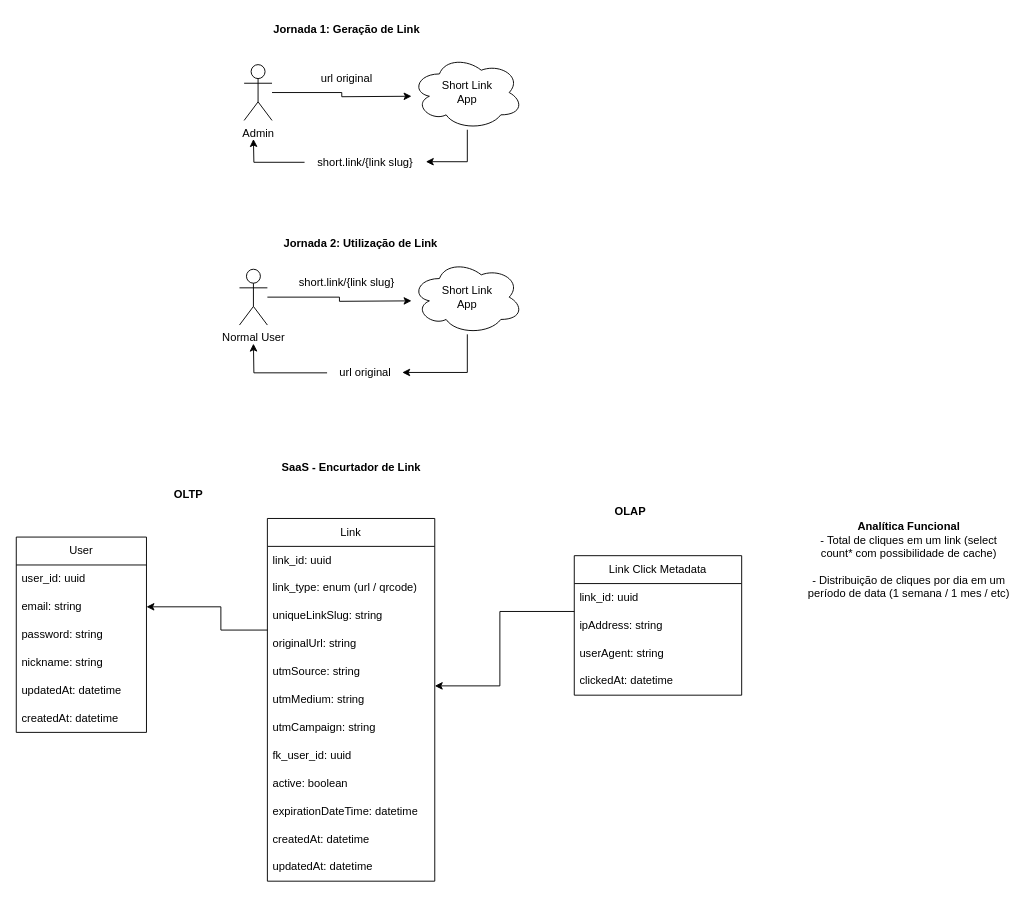
buildrun-tech/buildrun-encurtador-link-fbr keeps this draw.io diagram as page "Entities" (1 of 3) of diagrama.drawio. Above is the earlier version. Source tidied: cells renumbered, new cells numbered last; positions are measured from the earlier drawing's top-left corner, leaving out a move shared by most shapes. Both pictures are drawn from the tidied source at 93%, with x=0, y=0 at pixel (16, 16).
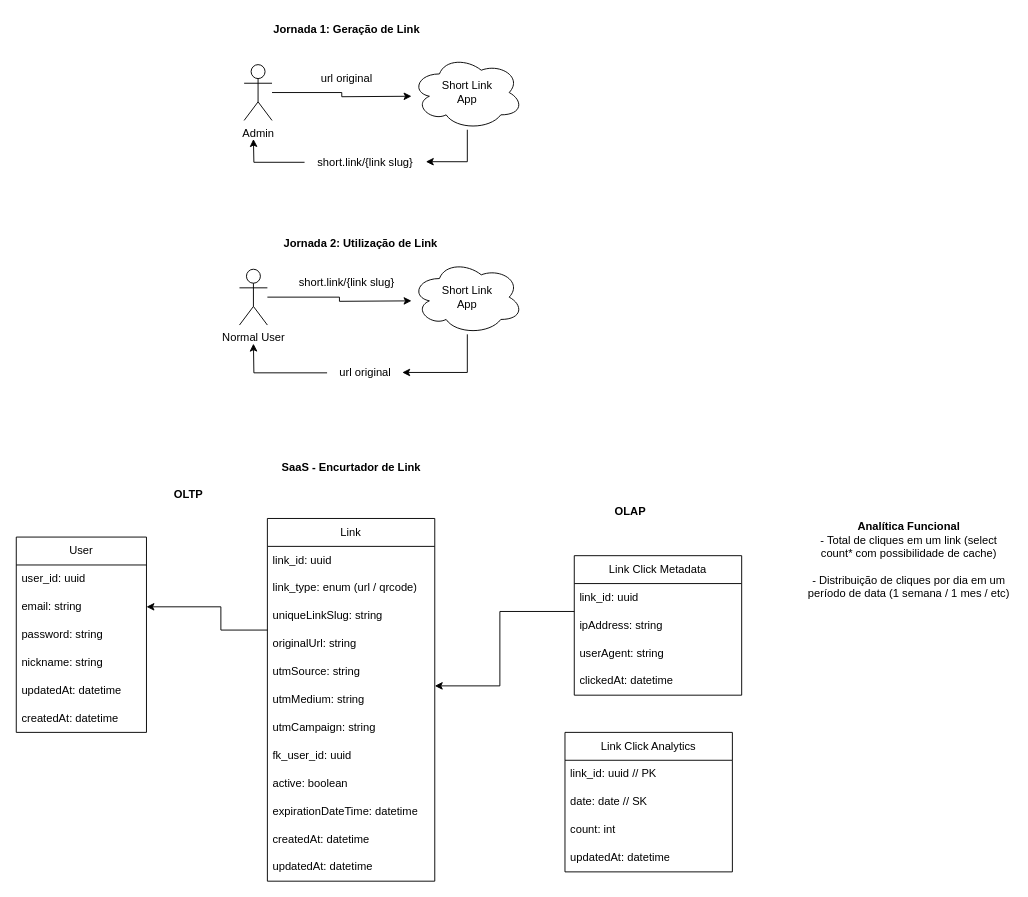
The same diagram, later.

Change to the diagram source:
```diff
@@
+    <mxCell id="49" value="Link Click Analytics" style="swimlane;fontStyle=0;horizontal=1;startSize=30;whiteSpace=wrap;html=1;" parent="1" vertex="1">
+      <mxGeometry x="590" y="770" width="180" height="150" as="geometry" />
+    </mxCell>
+    <mxCell id="50" value="link_id: uuid // PK" style="text;strokeColor=none;fillColor=none;align=left;verticalAlign=middle;spacingLeft=4;spacingRight=4;overflow=hidden;whiteSpace=wrap;html=1;" parent="49" vertex="1">
+      <mxGeometry y="30" width="180" height="30" as="geometry" />
+    </mxCell>
+    <mxCell id="51" value="date: date // SK" style="text;strokeColor=none;fillColor=none;align=left;verticalAlign=middle;spacingLeft=4;spacingRight=4;overflow=hidden;whiteSpace=wrap;html=1;" parent="49" vertex="1">
+      <mxGeometry y="60" width="180" height="30" as="geometry" />
+    </mxCell>
+    <mxCell id="52" value="count: int" style="text;strokeColor=none;fillColor=none;align=left;verticalAlign=middle;spacingLeft=4;spacingRight=4;overflow=hidden;whiteSpace=wrap;html=1;" parent="49" vertex="1">
+      <mxGeometry y="90" width="180" height="30" as="geometry" />
+    </mxCell>
+    <mxCell id="53" value="updatedAt: datetime" style="text;strokeColor=none;fillColor=none;align=left;verticalAlign=middle;spacingLeft=4;spacingRight=4;overflow=hidden;whiteSpace=wrap;html=1;" parent="49" vertex="1">
+      <mxGeometry y="120" width="180" height="30" as="geometry" />
+    </mxCell>
```
